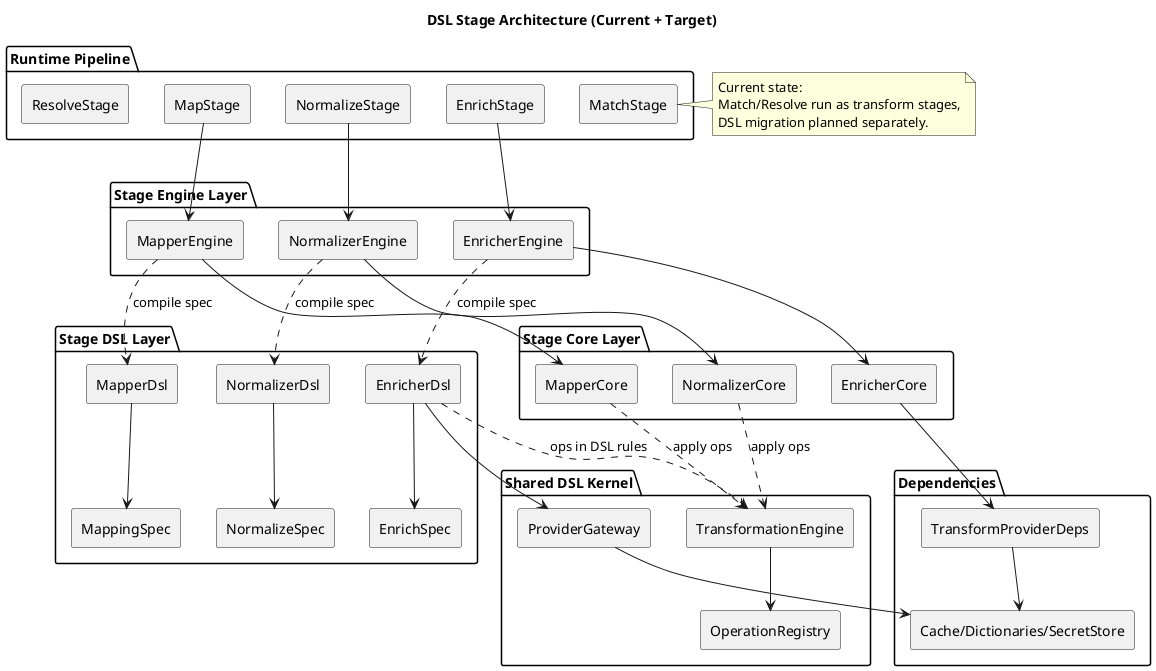
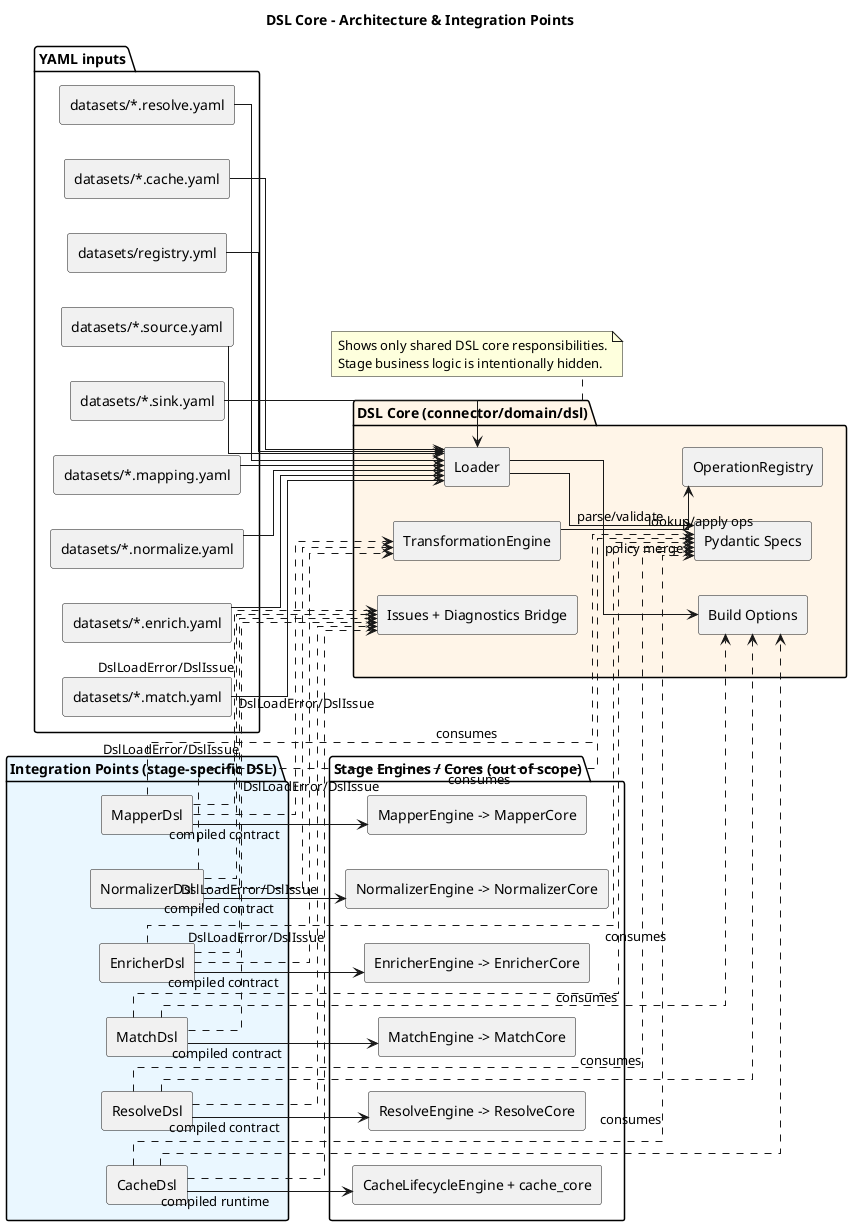
@startuml
- title DSL Stage Architecture (Current + Target)
+ title DSL Core - Architecture & Integration Points

+ left to right direction
skinparam componentStyle rectangle
skinparam defaultFontName Arial
+ skinparam linetype ortho

- package "Runtime Pipeline" {
-   [MapStage] as MapStage
-   [NormalizeStage] as NormalizeStage
-   [EnrichStage] as EnrichStage
-   [MatchStage] as MatchStage
-   [ResolveStage] as ResolveStage
+ package "YAML inputs" {
+   [datasets/*.source.yaml] as SourceYaml
+   [datasets/*.sink.yaml] as SinkYaml
+   [datasets/*.mapping.yaml] as MappingYaml
+   [datasets/*.normalize.yaml] as NormalizeYaml
+   [datasets/*.enrich.yaml] as EnrichYaml
+   [datasets/*.match.yaml] as MatchYaml
+   [datasets/*.resolve.yaml] as ResolveYaml
+   [datasets/*.cache.yaml] as CacheYaml
+   [datasets/registry.yml] as RegistryYaml
}

- package "Stage DSL Layer" {
-   [MappingSpec] as MappingSpec
-   [NormalizeSpec] as NormalizeSpec
-   [EnrichSpec] as EnrichSpec
+ package "DSL Core (connector/domain/dsl)" #FFF5E8 {
+   [Loader] as Loader
+   [Pydantic Specs] as Specs
+   [Build Options] as BuildOptions
+   [OperationRegistry] as OpRegistry
+   [TransformationEngine] as TransformEngine
+   [Issues + Diagnostics Bridge] as DslDiag
+ }

+ package "Integration Points (stage-specific DSL)" #EAF7FF {
  [MapperDsl] as MapperDsl
  [NormalizerDsl] as NormalizerDsl
  [EnricherDsl] as EnricherDsl
+   [MatchDsl] as MatchDsl
+   [ResolveDsl] as ResolveDsl
+   [CacheDsl] as CacheDsl
}

- package "Stage Engine Layer" {
-   [MapperEngine] as MapperEngine
-   [NormalizerEngine] as NormalizerEngine
-   [EnricherEngine] as EnricherEngine
+ package "Stage Engines / Cores (out of scope)" {
+   [MapperEngine -> MapperCore] as MapRuntime
+   [NormalizerEngine -> NormalizerCore] as NormRuntime
+   [EnricherEngine -> EnricherCore] as EnrichRuntime
+   [MatchEngine -> MatchCore] as MatchRuntime
+   [ResolveEngine -> ResolveCore] as ResolveRuntime
+   [CacheLifecycleEngine + cache_core] as CacheRuntime
}

- package "Stage Core Layer" {
-   [MapperCore] as MapperCore
-   [NormalizerCore] as NormalizerCore
-   [EnricherCore] as EnricherCore
- }
+ SourceYaml --> Loader
+ SinkYaml --> Loader
+ MappingYaml --> Loader
+ NormalizeYaml --> Loader
+ EnrichYaml --> Loader
+ MatchYaml --> Loader
+ ResolveYaml --> Loader
+ CacheYaml --> Loader
+ RegistryYaml --> Loader

- package "Shared DSL Kernel" {
-   [TransformationEngine] as TEngine
-   [OperationRegistry] as Registry
-   [ProviderGateway] as ProviderGateway
- }
+ Loader --> Specs : parse/validate
+ Loader --> BuildOptions : policy merge
+ TransformEngine --> OpRegistry : lookup/apply ops

- package "Dependencies" {
-   [TransformProviderDeps] as ProviderDeps
-   [Cache/Dictionaries/SecretStore] as ExternalDeps
- }
+ MapperDsl ..> Specs : consumes
+ NormalizerDsl ..> Specs : consumes
+ EnricherDsl ..> Specs : consumes
+ MatchDsl ..> Specs : consumes
+ ResolveDsl ..> Specs : consumes
+ CacheDsl ..> Specs : consumes

- MapStage --> MapperEngine
- NormalizeStage --> NormalizerEngine
- EnrichStage --> EnricherEngine
+ MapperDsl ..> TransformEngine
+ NormalizerDsl ..> TransformEngine
+ EnricherDsl ..> TransformEngine
+ MatchDsl ..> BuildOptions
+ ResolveDsl ..> BuildOptions
+ CacheDsl ..> BuildOptions

- MapperEngine --> MapperCore
- NormalizerEngine --> NormalizerCore
- EnricherEngine --> EnricherCore
+ MapperDsl --> MapRuntime : compiled contract
+ NormalizerDsl --> NormRuntime : compiled contract
+ EnricherDsl --> EnrichRuntime : compiled contract
+ MatchDsl --> MatchRuntime : compiled contract
+ ResolveDsl --> ResolveRuntime : compiled contract
+ CacheDsl --> CacheRuntime : compiled runtime

- MapperEngine ..> MapperDsl : compile spec
- NormalizerEngine ..> NormalizerDsl : compile spec
- EnricherEngine ..> EnricherDsl : compile spec
+ MapperDsl ..> DslDiag : DslLoadError/DslIssue
+ NormalizerDsl ..> DslDiag : DslLoadError/DslIssue
+ EnricherDsl ..> DslDiag : DslLoadError/DslIssue
+ MatchDsl ..> DslDiag : DslLoadError/DslIssue
+ ResolveDsl ..> DslDiag : DslLoadError/DslIssue
+ CacheDsl ..> DslDiag : DslLoadError/DslIssue

- MapperDsl --> MappingSpec
- NormalizerDsl --> NormalizeSpec
- EnricherDsl --> EnrichSpec
- 
- MapperCore ..> TEngine : apply ops
- NormalizerCore ..> TEngine : apply ops
- EnricherDsl ..> TEngine : ops in DSL rules
- TEngine --> Registry
- 
- EnricherDsl --> ProviderGateway
- EnricherCore --> ProviderDeps
- ProviderDeps --> ExternalDeps
- ProviderGateway --> ExternalDeps
- 
- note right of MatchStage
- Current state:
- Match/Resolve run as transform stages,
- DSL migration planned separately.
+ note bottom of "DSL Core (connector/domain/dsl)"
+ Shows only shared DSL core responsibilities.
+ Stage business logic is intentionally hidden.
end note

@enduml
